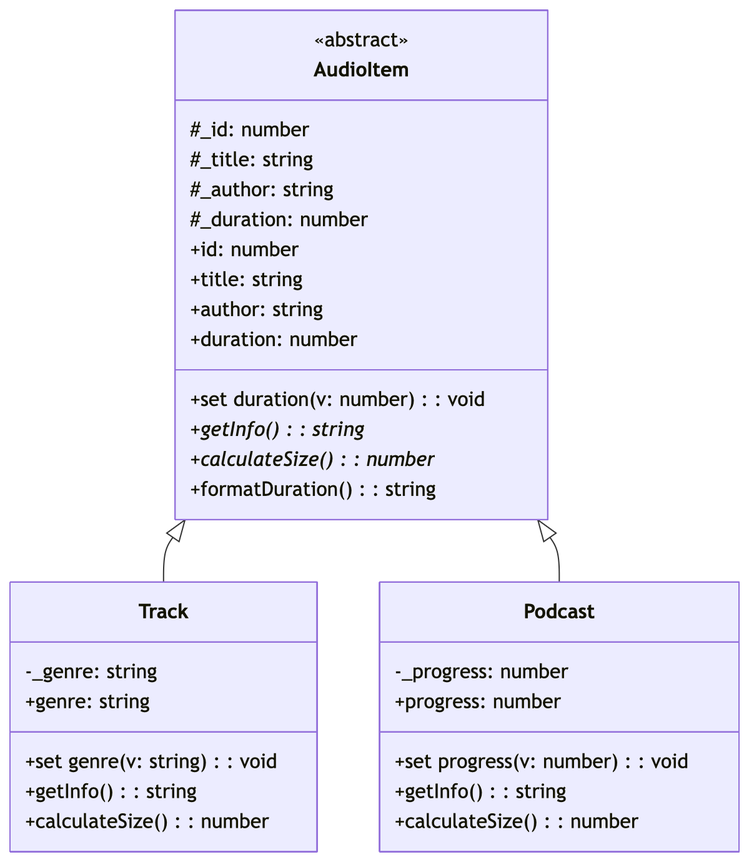
Before: docs/uml-diagram.png, a diagram exported from Mermaid (rimet245/audio-library). Its source is kept beside it as docs/uml-diagram.mmd.
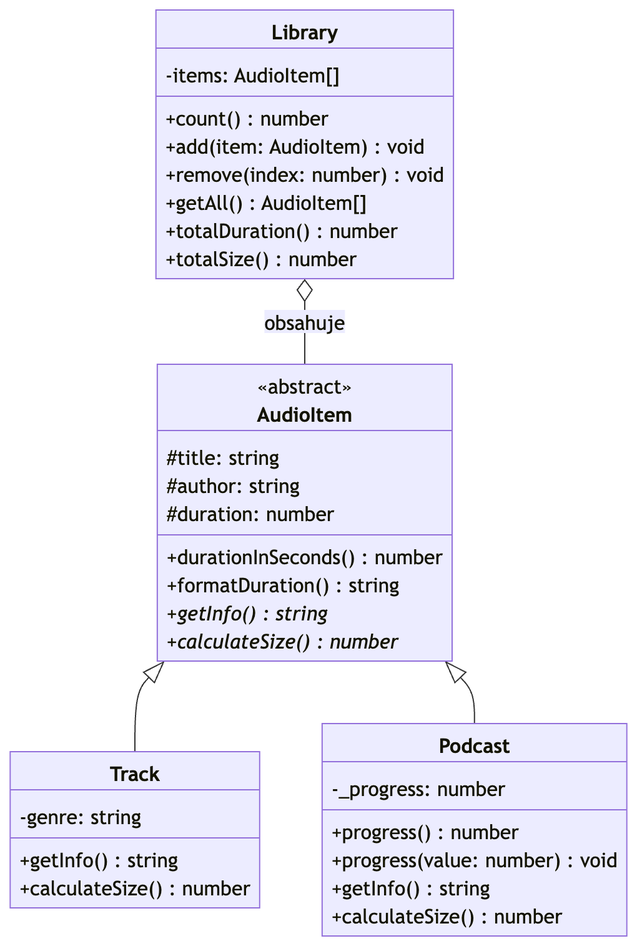
Later version of the same file.

Commit message:
docs: update UML diagram to match current code

Redraws the class diagram from the actual source: AudioItem with its
three protected fields, durationInSeconds/formatDuration plus the abstract
getInfo/calculateSize, the Track/Podcast subclasses, and the new Library
class aggregating AudioItem (count/add/remove/getAll/totals).

Diff of the diagram source:
```diff
@@ -1,35 +1,39 @@
 classDiagram
     class AudioItem {
         <<abstract>>
-        #_id: number
-        #_title: string
-        #_author: string
-        #_duration: number
-        +id: number
-        +title: string
-        +author: string
-        +duration: number
-        +set duration(v: number) : void
-        +getInfo()* : string
-        +calculateSize()* : number
-        +formatDuration() : string
+        #title: string
+        #author: string
+        #duration: number
+        +durationInSeconds() number
+        +formatDuration() string
+        +getInfo()* string
+        +calculateSize()* number
     }
 
     class Track {
-        -_genre: string
-        +genre: string
-        +set genre(v: string) : void
-        +getInfo() : string
-        +calculateSize() : number
+        -genre: string
+        +getInfo() string
+        +calculateSize() number
     }
 
     class Podcast {
         -_progress: number
-        +progress: number
-        +set progress(v: number) : void
-        +getInfo() : string
-        +calculateSize() : number
+        +progress() number
+        +progress(value: number) void
+        +getInfo() string
+        +calculateSize() number
+    }
+
+    class Library {
+        -items: AudioItem[]
+        +count() number
+        +add(item: AudioItem) void
+        +remove(index: number) void
+        +getAll() AudioItem[]
+        +totalDuration() number
+        +totalSize() number
     }
 
     AudioItem <|-- Track
     AudioItem <|-- Podcast
+    Library o-- AudioItem : obsahuje
```
